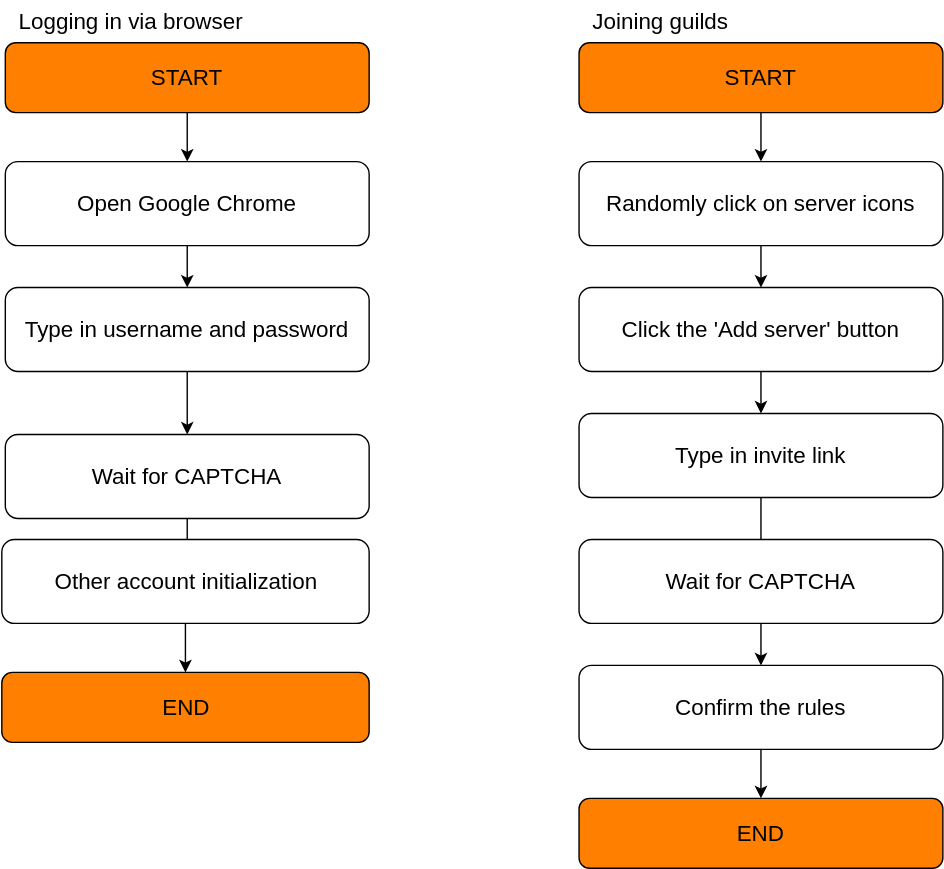
Earlier version of the draw.io export docs/thesis/images/daf-selenium-layer.svg (davidhozic/discord-advertisement-framework). Source tidied: cells renumbered, new cells last; positions are measured from the earlier drawing's top-left corner, leaving out a move shared by most shapes.
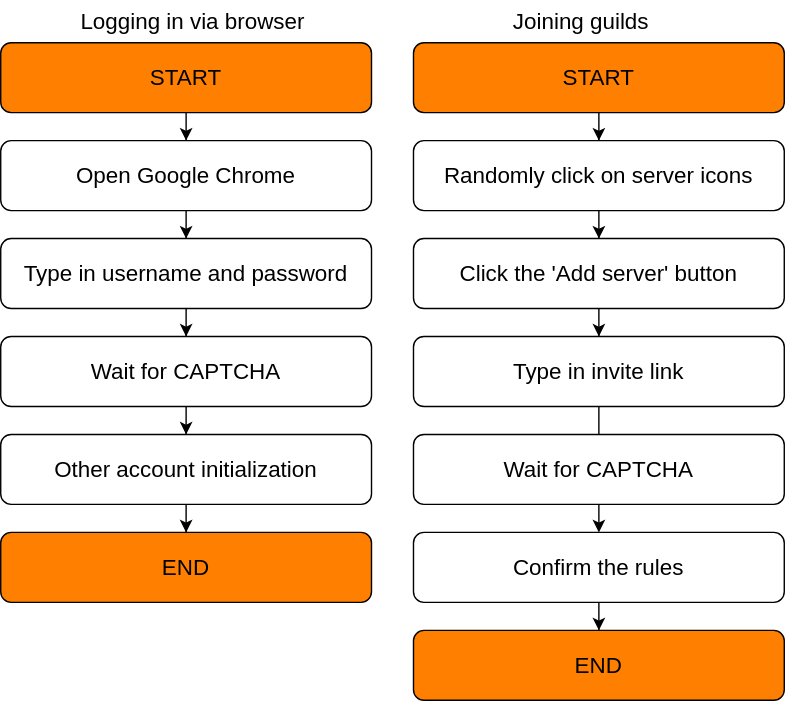
The same file after the commit.

The edit, as a diff of the source:
```diff
@@ -2,80 +2,80 @@
   <root>
     <mxCell id="0" />
     <mxCell id="1" parent="0" />
-    <mxCell id="2" style="edgeStyle=orthogonalEdgeStyle;rounded=0;jettySize=auto;html=1;fontSize=16;" parent="1" edge="1" source="3" target="7">
+    <mxCell id="2" style="edgeStyle=orthogonalEdgeStyle;rounded=0;jettySize=auto;html=1;" parent="1" edge="1" source="3" target="7">
       <mxGeometry relative="1" as="geometry" />
     </mxCell>
     <mxCell id="3" value="START" style="rounded=1;whiteSpace=wrap;html=1;fontSize=16;glass=0;strokeWidth=1;shadow=0;fillColor=#FF8000;strokeColor=default;" parent="1" vertex="1">
-      <mxGeometry x="2" y="30" width="260" height="50" as="geometry" />
+      <mxGeometry x="87" y="30" width="265" height="50" as="geometry" />
     </mxCell>
-    <mxCell id="4" value="END" style="whiteSpace=wrap;html=1;rounded=1;glass=0;strokeWidth=1;shadow=0;fillColor=#FF8000;strokeColor=default;fontSize=16;" parent="1" vertex="1">
-      <mxGeometry x="-0.5" y="480" width="262.5" height="50" as="geometry" />
-    </mxCell>
-    <mxCell id="5" value="Logging in via browser" style="text;html=1;strokeColor=none;fillColor=none;align=left;verticalAlign=middle;whiteSpace=wrap;rounded=0;spacing=10;fontSize=16;" parent="1" vertex="1">
-      <mxGeometry x="2" width="240" height="30" as="geometry" />
+    <mxCell id="5" value="Logging in via browser" style="text;html=1;strokeColor=none;fillColor=none;align=center;verticalAlign=middle;whiteSpace=wrap;rounded=0;spacing=10;fontSize=16;" parent="1" vertex="1">
+      <mxGeometry x="92" width="265" height="30" as="geometry" />
     </mxCell>
-    <mxCell id="6" style="edgeStyle=orthogonalEdgeStyle;rounded=0;jettySize=auto;html=1;fontSize=16;" parent="1" edge="1" source="7" target="9">
+    <mxCell id="6" style="edgeStyle=orthogonalEdgeStyle;rounded=0;jettySize=auto;html=1;" parent="1" edge="1" source="7" target="9">
       <mxGeometry relative="1" as="geometry" />
     </mxCell>
     <mxCell id="7" value="Open Google Chrome" style="whiteSpace=wrap;html=1;rounded=1;glass=0;strokeWidth=1;shadow=0;fontSize=16;imageWidth=24;" parent="1" vertex="1">
-      <mxGeometry x="2" y="115" width="260" height="60" as="geometry" />
+      <mxGeometry x="87" y="100" width="265" height="50" as="geometry" />
     </mxCell>
-    <mxCell id="8" style="edgeStyle=orthogonalEdgeStyle;rounded=0;jettySize=auto;html=1;fontSize=16;" parent="1" edge="1" source="9" target="11">
-      <mxGeometry relative="1" as="geometry" />
-    </mxCell>
-    <mxCell id="9" value="Type in username and password" style="whiteSpace=wrap;html=1;rounded=1;glass=0;strokeWidth=1;shadow=0;fontSize=16;" parent="1" vertex="1">
-      <mxGeometry x="2" y="205" width="260" height="60" as="geometry" />
-    </mxCell>
-    <mxCell id="10" style="edgeStyle=orthogonalEdgeStyle;rounded=0;jettySize=auto;html=1;fontSize=16;" parent="1" edge="1" source="11" target="13">
-      <mxGeometry relative="1" as="geometry" />
-    </mxCell>
-    <mxCell id="11" value="Wait for CAPTCHA" style="whiteSpace=wrap;html=1;rounded=1;glass=0;strokeWidth=1;shadow=0;fontSize=16;" parent="1" vertex="1">
-      <mxGeometry x="2" y="310" width="260" height="60" as="geometry" />
-    </mxCell>
-    <mxCell id="12" style="edgeStyle=orthogonalEdgeStyle;rounded=0;jettySize=auto;html=1;fontSize=16;" parent="1" edge="1" source="13" target="4">
-      <mxGeometry relative="1" as="geometry" />
-    </mxCell>
-    <mxCell id="13" value="Other account initialization" style="whiteSpace=wrap;html=1;rounded=1;glass=0;strokeWidth=1;shadow=0;fontSize=16;" parent="1" vertex="1">
-      <mxGeometry x="-0.5" y="385" width="262.5" height="60" as="geometry" />
-    </mxCell>
     <mxCell id="14" style="edgeStyle=orthogonalEdgeStyle;rounded=0;jettySize=auto;html=1;fontSize=16;" parent="1" edge="1" source="15" target="18">
       <mxGeometry relative="1" as="geometry" />
     </mxCell>
     <mxCell id="15" value="START" style="rounded=1;whiteSpace=wrap;html=1;fontSize=16;glass=0;strokeWidth=1;shadow=0;fillColor=#FF8000;strokeColor=default;" parent="1" vertex="1">
-      <mxGeometry x="412" y="30" width="260" height="50" as="geometry" />
+      <mxGeometry x="382" y="30" width="265" height="50" as="geometry" />
     </mxCell>
-    <mxCell id="16" value="Joining guilds" style="text;html=1;strokeColor=none;fillColor=none;align=left;verticalAlign=middle;whiteSpace=wrap;rounded=0;spacing=10;fontSize=16;" parent="1" vertex="1">
-      <mxGeometry x="412" width="240" height="30" as="geometry" />
+    <mxCell id="16" value="Joining guilds" style="text;html=1;strokeColor=none;fillColor=none;align=center;verticalAlign=middle;whiteSpace=wrap;rounded=0;spacing=10;fontSize=16;" parent="1" vertex="1">
+      <mxGeometry x="382" width="240" height="30" as="geometry" />
     </mxCell>
     <mxCell id="17" style="edgeStyle=orthogonalEdgeStyle;rounded=0;jettySize=auto;html=1;fontSize=16;" parent="1" edge="1" source="18" target="20">
       <mxGeometry relative="1" as="geometry" />
     </mxCell>
     <mxCell id="18" value="Randomly click on server icons" style="whiteSpace=wrap;html=1;rounded=1;glass=0;strokeWidth=1;shadow=0;fontSize=16;" parent="1" vertex="1">
-      <mxGeometry x="412" y="115" width="260" height="60" as="geometry" />
+      <mxGeometry x="382" y="100" width="265" height="50" as="geometry" />
     </mxCell>
     <mxCell id="19" style="edgeStyle=orthogonalEdgeStyle;rounded=0;jettySize=auto;html=1;fontSize=16;" parent="1" edge="1" source="20" target="22">
       <mxGeometry relative="1" as="geometry" />
     </mxCell>
     <mxCell id="20" value="Click the 'Add server' button" style="whiteSpace=wrap;html=1;rounded=1;glass=0;strokeWidth=1;shadow=0;fontSize=16;" parent="1" vertex="1">
-      <mxGeometry x="412" y="205" width="260" height="60" as="geometry" />
+      <mxGeometry x="382" y="170" width="265" height="50" as="geometry" />
     </mxCell>
     <mxCell id="21" style="edgeStyle=orthogonalEdgeStyle;rounded=0;jettySize=auto;html=1;fontSize=16;" parent="1" edge="1" source="22" target="25">
       <mxGeometry relative="1" as="geometry" />
     </mxCell>
     <mxCell id="22" value="Type in invite link" style="whiteSpace=wrap;html=1;rounded=1;glass=0;strokeWidth=1;shadow=0;fontSize=16;" parent="1" vertex="1">
-      <mxGeometry x="412" y="295" width="260" height="60" as="geometry" />
+      <mxGeometry x="382" y="240" width="265" height="50" as="geometry" />
     </mxCell>
     <mxCell id="23" value="Wait for CAPTCHA" style="whiteSpace=wrap;html=1;rounded=1;glass=0;strokeWidth=1;shadow=0;fontSize=16;" parent="1" vertex="1">
-      <mxGeometry x="412" y="385" width="260" height="60" as="geometry" />
+      <mxGeometry x="382" y="310" width="265" height="50" as="geometry" />
     </mxCell>
     <mxCell id="24" style="edgeStyle=orthogonalEdgeStyle;rounded=0;jettySize=auto;html=1;fontSize=16;" parent="1" edge="1" source="25" target="26">
       <mxGeometry relative="1" as="geometry" />
     </mxCell>
     <mxCell id="25" value="Confirm the rules" style="whiteSpace=wrap;html=1;rounded=1;glass=0;strokeWidth=1;shadow=0;fontSize=16;" parent="1" vertex="1">
-      <mxGeometry x="412" y="475" width="260" height="60" as="geometry" />
+      <mxGeometry x="382" y="380" width="265" height="50" as="geometry" />
     </mxCell>
     <mxCell id="26" value="END" style="whiteSpace=wrap;html=1;rounded=1;glass=0;strokeWidth=1;shadow=0;fillColor=#FF8000;strokeColor=default;fontSize=16;" parent="1" vertex="1">
-      <mxGeometry x="412" y="570" width="260" height="50" as="geometry" />
+      <mxGeometry x="382" y="450" width="265" height="50" as="geometry" />
     </mxCell>
+    <mxCell id="8" style="edgeStyle=orthogonalEdgeStyle;rounded=0;jettySize=auto;html=1;" parent="1" edge="1" source="9" target="11">
+      <mxGeometry relative="1" as="geometry" />
+    </mxCell>
+    <mxCell id="9" value="Type in username and password" style="whiteSpace=wrap;html=1;rounded=1;glass=0;strokeWidth=1;shadow=0;fontSize=16;" parent="1" vertex="1">
+      <mxGeometry x="87" y="170" width="265" height="50" as="geometry" />
+    </mxCell>
+    <mxCell id="4" value="END" style="whiteSpace=wrap;html=1;rounded=1;glass=0;strokeWidth=1;shadow=0;fillColor=#FF8000;strokeColor=default;fontSize=16;" parent="1" vertex="1">
+      <mxGeometry x="87" y="380" width="265" height="50" as="geometry" />
+    </mxCell>
+    <mxCell id="12" style="edgeStyle=orthogonalEdgeStyle;rounded=0;jettySize=auto;html=1;" parent="1" edge="1" source="13" target="4">
+      <mxGeometry relative="1" as="geometry" />
+    </mxCell>
+    <mxCell id="13" value="Other account initialization" style="whiteSpace=wrap;html=1;rounded=1;glass=0;strokeWidth=1;shadow=0;fontSize=16;" parent="1" vertex="1">
+      <mxGeometry x="87" y="310" width="265" height="50" as="geometry" />
+    </mxCell>
+    <mxCell id="10" style="edgeStyle=orthogonalEdgeStyle;rounded=0;jettySize=auto;html=1;" parent="1" edge="1" source="11" target="13">
+      <mxGeometry relative="1" as="geometry" />
+    </mxCell>
+    <mxCell id="11" value="Wait for CAPTCHA" style="whiteSpace=wrap;html=1;rounded=1;glass=0;strokeWidth=1;shadow=0;fontSize=16;" parent="1" vertex="1">
+      <mxGeometry x="87" y="240" width="265" height="50" as="geometry" />
+    </mxCell>
   </root>
 </mxGraphModel>
```
